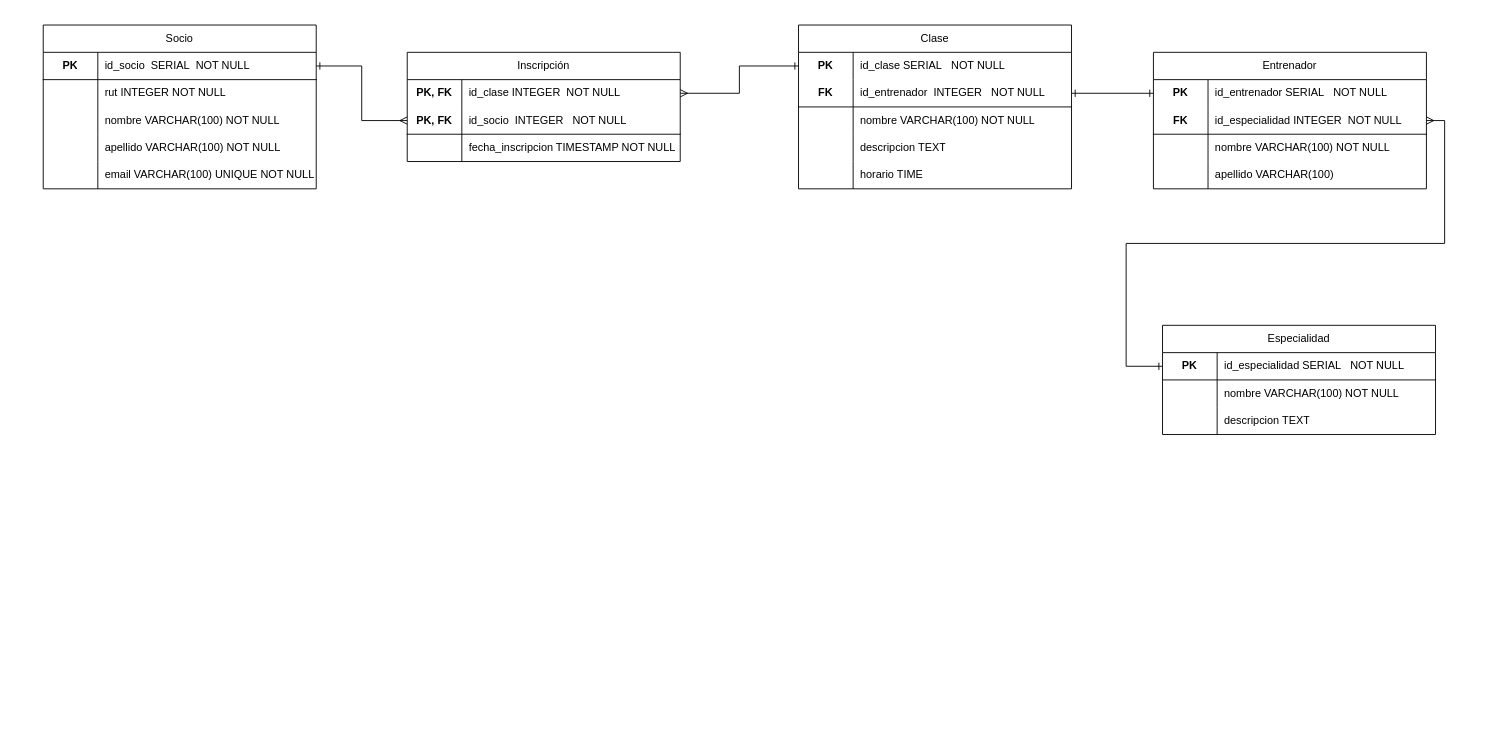
The draw.io diagram page "ModeloLogico" (2 of 4) of Modulo 5/Entrega final modulo/ERGYM.drawio in IJozk/JS-bootcamp, before the edit. Source tidied: cells renumbered, new cells numbered last; positions are measured from the earlier drawing's top-left corner, leaving out a move shared by most shapes. Both pictures are drawn from the tidied source at 91%, with x=0, y=0 at pixel (43, 25).
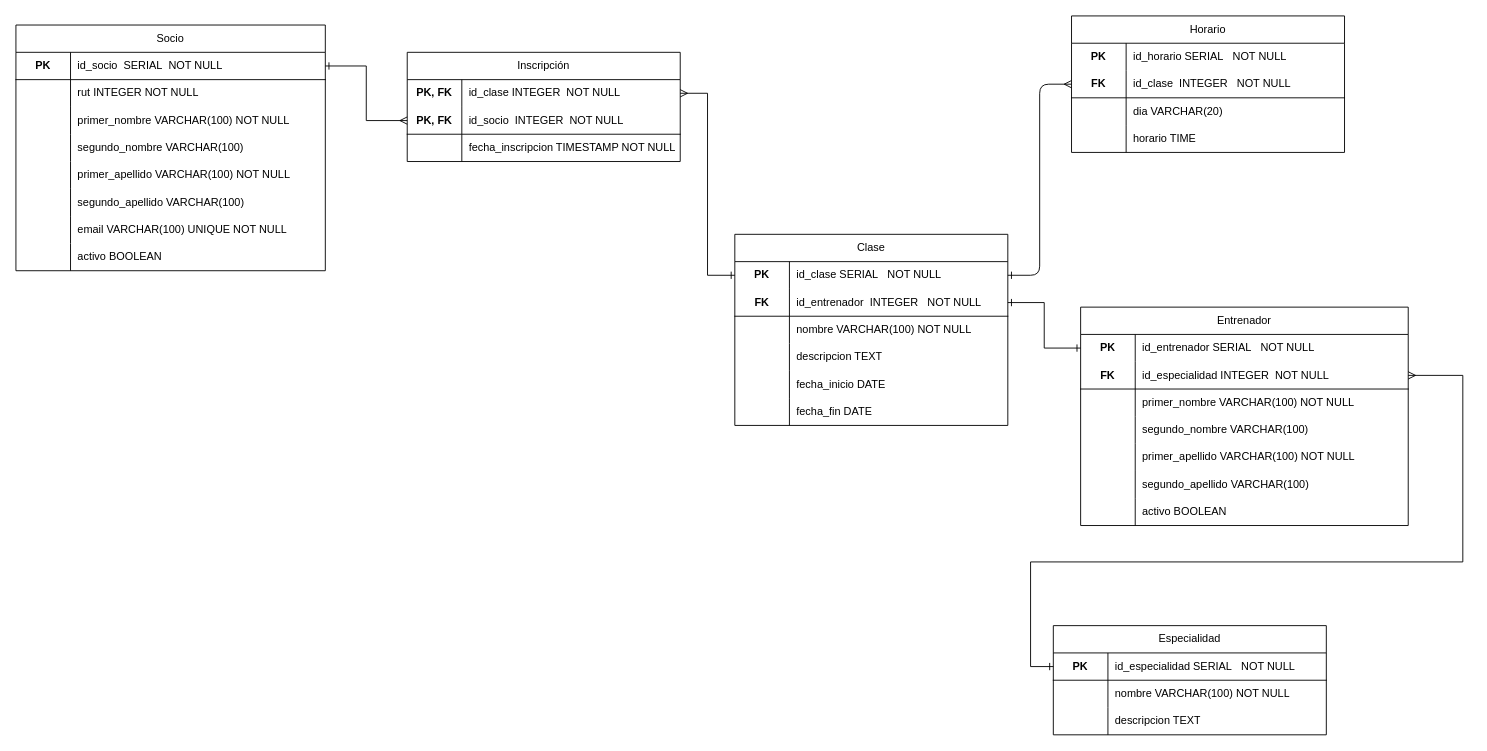
Above is the later version.

The change refers to these unchanged cells:
```xml
<mxCell id="25" style="shape=tableRow;horizontal=0;startSize=0;swimlaneHead=0;swimlaneBody=0;fillColor=none;points=[[0,0.5],[1,0.5]];portConstraint=eastwest;top=0;left=0;right=0;bottom=1;html=1;" parent="21" vertex="1">
  <mxGeometry y="60" width="300" height="30" as="geometry" />
</mxCell>
<mxCell id="32" style="shape=tableRow;horizontal=0;startSize=0;swimlaneHead=0;swimlaneBody=0;fillColor=none;points=[[0,0.5],[1,0.5]];portConstraint=eastwest;top=0;left=0;right=0;bottom=0;html=1;" parent="31" vertex="1">
  <mxGeometry y="30" width="300" height="30" as="geometry" />
</mxCell>
<mxCell id="44" style="shape=tableRow;horizontal=0;startSize=0;swimlaneHead=0;swimlaneBody=0;fillColor=none;top=0;left=0;right=0;bottom=0;html=1;" parent="31" vertex="1">
  <mxGeometry y="150" width="300" height="30" as="geometry" />
</mxCell>
<mxCell id="61" style="shape=tableRow;horizontal=0;startSize=0;swimlaneHead=0;swimlaneBody=0;fillColor=none;points=[[0,0.5],[1,0.5]];portConstraint=eastwest;top=0;left=0;right=0;bottom=1;html=1;" parent="60" vertex="1">
  <mxGeometry y="30" width="300" height="30" as="geometry" />
</mxCell>
```

Change to the diagram source:
```diff
@@
     <mxCell id="5" value="&lt;span style=&quot;font-weight: 400;&quot;&gt;Socio&lt;/span&gt;" style="shape=table;startSize=30;childLayout=tableLayout;rowLines=0;fontStyle=1;align=center;html=1;whiteSpace=wrap;" parent="1" vertex="1">
-      <mxGeometry width="300" height="180" as="geometry" />
+      <mxGeometry x="-30" width="340" height="270" as="geometry" />
     </mxCell>
     <mxCell id="6" style="shape=tableRow;horizontal=0;startSize=0;swimlaneHead=0;swimlaneBody=0;fillColor=none;points=[[0,0.5],[1,0.5]];portConstraint=eastwest;top=0;left=0;right=0;bottom=1;html=1;" parent="5" vertex="1">
-      <mxGeometry y="30" width="300" height="30" as="geometry" />
+      <mxGeometry y="30" width="340" height="30" as="geometry" />
     </mxCell>
@@
     <mxCell id="8" value="&lt;span style=&quot;font-weight: 400;&quot;&gt;id_socio&amp;nbsp; SERIAL&amp;nbsp; NOT NULL&amp;nbsp;&lt;/span&gt;" style="shape=partialRectangle;fillColor=none;top=0;left=0;bottom=0;right=0;align=left;spacingLeft=6;fontStyle=1;overflow=hidden;html=1;whiteSpace=wrap;" parent="6" vertex="1">
-      <mxGeometry x="60" width="240" height="30" as="geometry" />
+      <mxGeometry x="60" width="280" height="30" as="geometry" />
     </mxCell>
     <mxCell id="9" style="shape=tableRow;horizontal=0;startSize=0;swimlaneHead=0;swimlaneBody=0;fillColor=none;top=0;left=0;right=0;bottom=0;html=1;" parent="5" vertex="1">
-      <mxGeometry y="60" width="300" height="30" as="geometry" />
+      <mxGeometry y="60" width="340" height="30" as="geometry" />
     </mxCell>
@@
     <mxCell id="11" value="rut INTEGER NOT NULL" style="shape=partialRectangle;fillColor=none;top=0;left=0;bottom=0;right=0;align=left;spacingLeft=6;overflow=hidden;html=1;whiteSpace=wrap;" parent="9" vertex="1">
-      <mxGeometry x="60" width="240" height="30" as="geometry" />
+      <mxGeometry x="60" width="280" height="30" as="geometry" />
     </mxCell>
     <mxCell id="12" style="shape=tableRow;horizontal=0;startSize=0;swimlaneHead=0;swimlaneBody=0;fillColor=none;top=0;left=0;right=0;bottom=0;html=1;" parent="5" vertex="1">
-      <mxGeometry y="90" width="300" height="30" as="geometry" />
+      <mxGeometry y="90" width="340" height="30" as="geometry" />
     </mxCell>
@@
-    <mxCell id="14" value="nombre VARCHAR(100) NOT NULL" style="shape=partialRectangle;fillColor=none;top=0;left=0;bottom=0;right=0;align=left;spacingLeft=6;overflow=hidden;html=1;whiteSpace=wrap;" parent="12" vertex="1">
-      <mxGeometry x="60" width="240" height="30" as="geometry" />
+    <mxCell id="14" value="primer_nombre VARCHAR(100) NOT NULL" style="shape=partialRectangle;fillColor=none;top=0;left=0;bottom=0;right=0;align=left;spacingLeft=6;overflow=hidden;html=1;whiteSpace=wrap;" parent="12" vertex="1">
+      <mxGeometry x="60" width="280" height="30" as="geometry" />
     </mxCell>
+    <mxCell id="71" style="shape=tableRow;horizontal=0;startSize=0;swimlaneHead=0;swimlaneBody=0;fillColor=none;top=0;left=0;right=0;bottom=0;html=1;" parent="5" vertex="1">
+      <mxGeometry y="120" width="340" height="30" as="geometry" />
+    </mxCell>
+    <mxCell id="72" style="shape=partialRectangle;fillColor=none;top=0;left=0;bottom=0;right=0;overflow=hidden;html=1;whiteSpace=wrap;" parent="71" vertex="1">
+      <mxGeometry width="60" height="30" as="geometry" />
+    </mxCell>
+    <mxCell id="73" value="&lt;span style=&quot;color: rgb(0, 0, 0);&quot;&gt;segundo_nombre VARCHAR(100)&amp;nbsp;&lt;/span&gt;" style="shape=partialRectangle;fillColor=none;top=0;left=0;bottom=0;right=0;align=left;spacingLeft=6;overflow=hidden;html=1;whiteSpace=wrap;" parent="71" vertex="1">
+      <mxGeometry x="60" width="280" height="30" as="geometry" />
+    </mxCell>
     <mxCell id="15" style="shape=tableRow;horizontal=0;startSize=0;swimlaneHead=0;swimlaneBody=0;fillColor=none;top=0;left=0;right=0;bottom=0;html=1;" parent="5" vertex="1">
-      <mxGeometry y="120" width="300" height="30" as="geometry" />
+      <mxGeometry y="150" width="340" height="30" as="geometry" />
     </mxCell>
@@
-    <mxCell id="17" value="apellido VARCHAR(100) NOT NULL" style="shape=partialRectangle;fillColor=none;top=0;left=0;bottom=0;right=0;align=left;spacingLeft=6;overflow=hidden;html=1;whiteSpace=wrap;" parent="15" vertex="1">
-      <mxGeometry x="60" width="240" height="30" as="geometry" />
+    <mxCell id="17" value="primer_apellido VARCHAR(100) NOT NULL" style="shape=partialRectangle;fillColor=none;top=0;left=0;bottom=0;right=0;align=left;spacingLeft=6;overflow=hidden;html=1;whiteSpace=wrap;" parent="15" vertex="1">
+      <mxGeometry x="60" width="280" height="30" as="geometry" />
     </mxCell>
+    <mxCell id="74" style="shape=tableRow;horizontal=0;startSize=0;swimlaneHead=0;swimlaneBody=0;fillColor=none;top=0;left=0;right=0;bottom=0;html=1;" parent="5" vertex="1">
+      <mxGeometry y="180" width="340" height="30" as="geometry" />
+    </mxCell>
+    <mxCell id="75" style="shape=partialRectangle;fillColor=none;top=0;left=0;bottom=0;right=0;overflow=hidden;html=1;whiteSpace=wrap;" parent="74" vertex="1">
+      <mxGeometry width="60" height="30" as="geometry" />
+    </mxCell>
+    <mxCell id="76" value="&lt;span style=&quot;color: rgb(0, 0, 0);&quot;&gt;segundo_apellido VARCHAR(100)&amp;nbsp;&lt;/span&gt;" style="shape=partialRectangle;fillColor=none;top=0;left=0;bottom=0;right=0;align=left;spacingLeft=6;overflow=hidden;html=1;whiteSpace=wrap;" parent="74" vertex="1">
+      <mxGeometry x="60" width="280" height="30" as="geometry" />
+    </mxCell>
     <mxCell id="18" style="shape=tableRow;horizontal=0;startSize=0;swimlaneHead=0;swimlaneBody=0;fillColor=none;top=0;left=0;right=0;bottom=0;html=1;" parent="5" vertex="1">
-      <mxGeometry y="150" width="300" height="30" as="geometry" />
+      <mxGeometry y="210" width="340" height="30" as="geometry" />
     </mxCell>
@@
     <mxCell id="20" value="email VARCHAR(100) UNIQUE NOT NULL" style="shape=partialRectangle;fillColor=none;top=0;left=0;bottom=0;right=0;align=left;spacingLeft=6;overflow=hidden;html=1;whiteSpace=wrap;" parent="18" vertex="1">
-      <mxGeometry x="60" width="240" height="30" as="geometry" />
+      <mxGeometry x="60" width="280" height="30" as="geometry" />
     </mxCell>
+    <mxCell id="77" style="shape=tableRow;horizontal=0;startSize=0;swimlaneHead=0;swimlaneBody=0;fillColor=none;top=0;left=0;right=0;bottom=0;html=1;" parent="5" vertex="1">
+      <mxGeometry y="240" width="340" height="30" as="geometry" />
+    </mxCell>
+    <mxCell id="78" style="shape=partialRectangle;fillColor=none;top=0;left=0;bottom=0;right=0;overflow=hidden;html=1;whiteSpace=wrap;" parent="77" vertex="1">
+      <mxGeometry width="60" height="30" as="geometry" />
+    </mxCell>
+    <mxCell id="79" value="activo BOOLEAN" style="shape=partialRectangle;fillColor=none;top=0;left=0;bottom=0;right=0;align=left;spacingLeft=6;overflow=hidden;html=1;whiteSpace=wrap;" parent="77" vertex="1">
+      <mxGeometry x="60" width="280" height="30" as="geometry" />
+    </mxCell>
@@
-    <mxCell id="27" value="&lt;span style=&quot;font-weight: 400;&quot;&gt;id_socio&amp;nbsp;&amp;nbsp;&lt;/span&gt;&lt;span style=&quot;font-weight: 400;&quot;&gt;INTEGER&amp;nbsp;&lt;/span&gt;&lt;span style=&quot;font-weight: 400;&quot;&gt;&amp;nbsp; NOT NULL&amp;nbsp;&lt;/span&gt;" style="shape=partialRectangle;fillColor=none;top=0;left=0;bottom=0;right=0;align=left;spacingLeft=6;fontStyle=1;overflow=hidden;html=1;whiteSpace=wrap;" parent="25" vertex="1">
+    <mxCell id="27" value="&lt;span style=&quot;font-weight: 400;&quot;&gt;id_socio&amp;nbsp;&amp;nbsp;&lt;/span&gt;&lt;span style=&quot;font-weight: 400;&quot;&gt;INTEGER&amp;nbsp;&lt;/span&gt;&lt;span style=&quot;font-weight: 400;&quot;&gt;&amp;nbsp;NOT NULL&amp;nbsp;&lt;/span&gt;" style="shape=partialRectangle;fillColor=none;top=0;left=0;bottom=0;right=0;align=left;spacingLeft=6;fontStyle=1;overflow=hidden;html=1;whiteSpace=wrap;" parent="25" vertex="1">
       <mxGeometry x="60" width="240" height="30" as="geometry" />
     </mxCell>
@@
     <mxCell id="31" value="&lt;span style=&quot;font-weight: 400;&quot;&gt;Clase&lt;/span&gt;" style="shape=table;startSize=30;childLayout=tableLayout;rowLines=0;fontStyle=1;align=center;html=1;whiteSpace=wrap;" parent="1" vertex="1">
-      <mxGeometry x="830" width="300" height="180" as="geometry" />
+      <mxGeometry x="760" y="230" width="300" height="210" as="geometry" />
     </mxCell>
@@
-    <mxCell id="46" value="horario TIME" style="shape=partialRectangle;fillColor=none;top=0;left=0;bottom=0;right=0;align=left;spacingLeft=6;overflow=hidden;html=1;whiteSpace=wrap;" parent="44" vertex="1">
+    <mxCell id="46" value="fecha_inicio DATE" style="shape=partialRectangle;fillColor=none;top=0;left=0;bottom=0;right=0;align=left;spacingLeft=6;overflow=hidden;html=1;whiteSpace=wrap;" parent="44" vertex="1">
       <mxGeometry x="60" width="240" height="30" as="geometry" />
     </mxCell>
+    <mxCell id="80" style="shape=tableRow;horizontal=0;startSize=0;swimlaneHead=0;swimlaneBody=0;fillColor=none;top=0;left=0;right=0;bottom=0;html=1;" parent="31" vertex="1">
+      <mxGeometry y="180" width="300" height="30" as="geometry" />
+    </mxCell>
+    <mxCell id="81" style="shape=partialRectangle;fillColor=none;top=0;left=0;bottom=0;right=0;overflow=hidden;html=1;whiteSpace=wrap;" parent="80" vertex="1">
+      <mxGeometry width="60" height="30" as="geometry" />
+    </mxCell>
+    <mxCell id="82" value="fecha_fin DATE" style="shape=partialRectangle;fillColor=none;top=0;left=0;bottom=0;right=0;align=left;spacingLeft=6;overflow=hidden;html=1;whiteSpace=wrap;" parent="80" vertex="1">
+      <mxGeometry x="60" width="240" height="30" as="geometry" />
+    </mxCell>
     <mxCell id="47" value="&lt;span style=&quot;font-weight: 400;&quot;&gt;Entrenador&lt;/span&gt;" style="shape=table;startSize=30;childLayout=tableLayout;rowLines=0;fontStyle=1;align=center;html=1;whiteSpace=wrap;" parent="1" vertex="1">
-      <mxGeometry x="1220" y="30" width="300" height="150" as="geometry" />
+      <mxGeometry x="1140" y="310" width="360" height="240" as="geometry" />
     </mxCell>
     <mxCell id="48" style="shape=tableRow;horizontal=0;startSize=0;swimlaneHead=0;swimlaneBody=0;fillColor=none;points=[[0,0.5],[1,0.5]];portConstraint=eastwest;top=0;left=0;right=0;bottom=0;html=1;" parent="47" vertex="1">
-      <mxGeometry y="30" width="300" height="30" as="geometry" />
+      <mxGeometry y="30" width="360" height="30" as="geometry" />
     </mxCell>
@@
     <mxCell id="50" value="id_entrenador SERIAL&amp;nbsp; &amp;nbsp;NOT NULL&amp;nbsp;&amp;nbsp;" style="shape=partialRectangle;fillColor=none;top=0;left=0;bottom=0;right=0;align=left;spacingLeft=6;overflow=hidden;html=1;whiteSpace=wrap;" parent="48" vertex="1">
-      <mxGeometry x="60" width="240" height="30" as="geometry" />
+      <mxGeometry x="60" width="300" height="30" as="geometry" />
     </mxCell>
     <mxCell id="51" style="shape=tableRow;horizontal=0;startSize=0;swimlaneHead=0;swimlaneBody=0;fillColor=none;points=[[0,0.5],[1,0.5]];portConstraint=eastwest;top=0;left=0;right=0;bottom=1;html=1;" parent="47" vertex="1">
-      <mxGeometry y="60" width="300" height="30" as="geometry" />
+      <mxGeometry y="60" width="360" height="30" as="geometry" />
     </mxCell>
@@
     <mxCell id="53" value="&lt;span style=&quot;font-weight: 400;&quot;&gt;id_especialidad INTEGER&lt;/span&gt;&lt;span style=&quot;font-weight: 400;&quot;&gt;&amp;nbsp; NOT NULL&amp;nbsp;&lt;/span&gt;" style="shape=partialRectangle;fillColor=none;top=0;left=0;bottom=0;right=0;align=left;spacingLeft=6;fontStyle=1;overflow=hidden;html=1;whiteSpace=wrap;" parent="51" vertex="1">
-      <mxGeometry x="60" width="240" height="30" as="geometry" />
+      <mxGeometry x="60" width="300" height="30" as="geometry" />
     </mxCell>
     <mxCell id="54" style="shape=tableRow;horizontal=0;startSize=0;swimlaneHead=0;swimlaneBody=0;fillColor=none;top=0;left=0;right=0;bottom=0;html=1;" parent="47" vertex="1">
-      <mxGeometry y="90" width="300" height="30" as="geometry" />
+      <mxGeometry y="90" width="360" height="30" as="geometry" />
     </mxCell>
@@
-    <mxCell id="56" value="nombre VARCHAR(100) NOT NULL" style="shape=partialRectangle;fillColor=none;top=0;left=0;bottom=0;right=0;align=left;spacingLeft=6;overflow=hidden;html=1;whiteSpace=wrap;" parent="54" vertex="1">
-      <mxGeometry x="60" width="240" height="30" as="geometry" />
+    <mxCell id="56" value="&lt;span style=&quot;color: rgb(0, 0, 0);&quot;&gt;primer_nombre VARCHAR(100) NOT NULL&lt;/span&gt;" style="shape=partialRectangle;fillColor=none;top=0;left=0;bottom=0;right=0;align=left;spacingLeft=6;overflow=hidden;html=1;whiteSpace=wrap;" parent="54" vertex="1">
+      <mxGeometry x="60" width="300" height="30" as="geometry" />
     </mxCell>
+    <mxCell id="83" style="shape=tableRow;horizontal=0;startSize=0;swimlaneHead=0;swimlaneBody=0;fillColor=none;top=0;left=0;right=0;bottom=0;html=1;" parent="47" vertex="1">
+      <mxGeometry y="120" width="360" height="30" as="geometry" />
+    </mxCell>
+    <mxCell id="84" style="shape=partialRectangle;fillColor=none;top=0;left=0;bottom=0;right=0;overflow=hidden;html=1;whiteSpace=wrap;" parent="83" vertex="1">
+      <mxGeometry width="60" height="30" as="geometry" />
+    </mxCell>
+    <mxCell id="85" value="&lt;span style=&quot;color: rgb(0, 0, 0);&quot;&gt;segundo_nombre VARCHAR(100)&amp;nbsp;&lt;/span&gt;" style="shape=partialRectangle;fillColor=none;top=0;left=0;bottom=0;right=0;align=left;spacingLeft=6;overflow=hidden;html=1;whiteSpace=wrap;" parent="83" vertex="1">
+      <mxGeometry x="60" width="300" height="30" as="geometry" />
+    </mxCell>
+    <mxCell id="86" style="shape=tableRow;horizontal=0;startSize=0;swimlaneHead=0;swimlaneBody=0;fillColor=none;top=0;left=0;right=0;bottom=0;html=1;" parent="47" vertex="1">
+      <mxGeometry y="150" width="360" height="30" as="geometry" />
+    </mxCell>
+    <mxCell id="87" style="shape=partialRectangle;fillColor=none;top=0;left=0;bottom=0;right=0;overflow=hidden;html=1;whiteSpace=wrap;" parent="86" vertex="1">
+      <mxGeometry width="60" height="30" as="geometry" />
+    </mxCell>
+    <mxCell id="88" value="&lt;span style=&quot;color: rgb(0, 0, 0);&quot;&gt;primer_apellido VARCHAR(100) NOT NULL&lt;/span&gt;" style="shape=partialRectangle;fillColor=none;top=0;left=0;bottom=0;right=0;align=left;spacingLeft=6;overflow=hidden;html=1;whiteSpace=wrap;" parent="86" vertex="1">
+      <mxGeometry x="60" width="300" height="30" as="geometry" />
+    </mxCell>
     <mxCell id="57" style="shape=tableRow;horizontal=0;startSize=0;swimlaneHead=0;swimlaneBody=0;fillColor=none;top=0;left=0;right=0;bottom=0;html=1;" parent="47" vertex="1">
-      <mxGeometry y="120" width="300" height="30" as="geometry" />
+      <mxGeometry y="180" width="360" height="30" as="geometry" />
     </mxCell>
@@
-    <mxCell id="59" value="apellido VARCHAR(100)" style="shape=partialRectangle;fillColor=none;top=0;left=0;bottom=0;right=0;align=left;spacingLeft=6;overflow=hidden;html=1;whiteSpace=wrap;" parent="57" vertex="1">
-      <mxGeometry x="60" width="240" height="30" as="geometry" />
+    <mxCell id="59" value="&lt;span style=&quot;color: rgb(0, 0, 0);&quot;&gt;segundo_apellido VARCHAR(100)&amp;nbsp;&lt;/span&gt;" style="shape=partialRectangle;fillColor=none;top=0;left=0;bottom=0;right=0;align=left;spacingLeft=6;overflow=hidden;html=1;whiteSpace=wrap;" parent="57" vertex="1">
+      <mxGeometry x="60" width="300" height="30" as="geometry" />
     </mxCell>
+    <mxCell id="89" style="shape=tableRow;horizontal=0;startSize=0;swimlaneHead=0;swimlaneBody=0;fillColor=none;top=0;left=0;right=0;bottom=0;html=1;" parent="47" vertex="1">
+      <mxGeometry y="210" width="360" height="30" as="geometry" />
+    </mxCell>
+    <mxCell id="90" style="shape=partialRectangle;fillColor=none;top=0;left=0;bottom=0;right=0;overflow=hidden;html=1;whiteSpace=wrap;" parent="89" vertex="1">
+      <mxGeometry width="60" height="30" as="geometry" />
+    </mxCell>
+    <mxCell id="91" value="activo BOOLEAN" style="shape=partialRectangle;fillColor=none;top=0;left=0;bottom=0;right=0;align=left;spacingLeft=6;overflow=hidden;html=1;whiteSpace=wrap;" parent="89" vertex="1">
+      <mxGeometry x="60" width="300" height="30" as="geometry" />
+    </mxCell>
     <mxCell id="60" value="&lt;span style=&quot;font-weight: 400;&quot;&gt;Especialidad&lt;/span&gt;" style="shape=table;startSize=30;childLayout=tableLayout;rowLines=0;fontStyle=1;align=center;html=1;whiteSpace=wrap;" parent="1" vertex="1">
-      <mxGeometry x="1230" y="330" width="300" height="120" as="geometry" />
+      <mxGeometry x="1110" y="660" width="300" height="120" as="geometry" />
     </mxCell>
@@
-    <mxCell id="70" style="edgeStyle=orthogonalEdgeStyle;rounded=0;jettySize=auto;html=1;endArrow=ERmany;endFill=0;startArrow=ERone;startFill=0;entryX=1;entryY=0.5;entryDx=0;entryDy=0;exitX=0;exitY=0.5;exitDx=0;exitDy=0;" parent="1" edge="1" source="61" target="51">
+    <mxCell id="70" style="rounded=0;jettySize=auto;html=1;endArrow=ERmany;endFill=0;startArrow=ERone;startFill=0;entryX=1;entryY=0.5;entryDx=0;entryDy=0;exitX=0;exitY=0.5;exitDx=0;exitDy=0;edgeStyle=orthogonalEdgeStyle;" parent="1" edge="1" source="61" target="51">
       <mxGeometry relative="1" as="geometry">
         <Array as="points">
-          <mxPoint x="1190" y="375" />
-          <mxPoint x="1190" y="240" />
-          <mxPoint x="1540" y="240" />
-          <mxPoint x="1540" y="105" />
+          <mxPoint x="1085" y="705" />
+          <mxPoint x="1085" y="590" />
+          <mxPoint x="1560" y="590" />
+          <mxPoint x="1560" y="385" />
         </Array>
       </mxGeometry>
     </mxCell>
+    <mxCell id="92" value="&lt;span style=&quot;font-weight: 400;&quot;&gt;Horario&lt;/span&gt;" style="shape=table;startSize=30;childLayout=tableLayout;rowLines=0;fontStyle=1;align=center;html=1;whiteSpace=wrap;" parent="1" vertex="1">
+      <mxGeometry x="1130" y="-10" width="300" height="150" as="geometry" />
+    </mxCell>
+    <mxCell id="93" style="shape=tableRow;horizontal=0;startSize=0;swimlaneHead=0;swimlaneBody=0;fillColor=none;top=0;left=0;right=0;bottom=0;html=1;" parent="92" vertex="1">
+      <mxGeometry y="30" width="300" height="30" as="geometry" />
+    </mxCell>
+    <mxCell id="94" value="&lt;span style=&quot;font-weight: 700;&quot;&gt;PK&lt;/span&gt;" style="shape=partialRectangle;fillColor=none;top=0;left=0;bottom=0;right=0;overflow=hidden;html=1;whiteSpace=wrap;" parent="93" vertex="1">
+      <mxGeometry width="60" height="30" as="geometry" />
+    </mxCell>
+    <mxCell id="95" value="id_horario SERIAL&amp;nbsp;&amp;nbsp; NOT NULL&amp;nbsp;&amp;nbsp;" style="shape=partialRectangle;fillColor=none;top=0;left=0;bottom=0;right=0;align=left;spacingLeft=6;overflow=hidden;html=1;whiteSpace=wrap;" parent="93" vertex="1">
+      <mxGeometry x="60" width="240" height="30" as="geometry" />
+    </mxCell>
+    <mxCell id="96" style="shape=tableRow;horizontal=0;startSize=0;swimlaneHead=0;swimlaneBody=0;fillColor=none;points=[[0,0.5],[1,0.5]];portConstraint=eastwest;top=0;left=0;right=0;bottom=1;html=1;" parent="92" vertex="1">
+      <mxGeometry y="60" width="300" height="30" as="geometry" />
+    </mxCell>
+    <mxCell id="97" value="FK" style="shape=partialRectangle;fillColor=none;top=0;left=0;bottom=0;right=0;fontStyle=1;overflow=hidden;html=1;whiteSpace=wrap;" parent="96" vertex="1">
+      <mxGeometry width="60" height="30" as="geometry" />
+    </mxCell>
+    <mxCell id="98" value="&lt;span style=&quot;font-weight: 400;&quot;&gt;id_clase&amp;nbsp;&lt;/span&gt;&lt;span style=&quot;font-weight: 400;&quot;&gt;&amp;nbsp;&lt;/span&gt;&lt;span style=&quot;font-weight: 400;&quot;&gt;INTEGER&amp;nbsp;&lt;/span&gt;&lt;span style=&quot;font-weight: 400;&quot;&gt;&amp;nbsp; NOT NULL&amp;nbsp;&lt;/span&gt;" style="shape=partialRectangle;fillColor=none;top=0;left=0;bottom=0;right=0;align=left;spacingLeft=6;fontStyle=1;overflow=hidden;html=1;whiteSpace=wrap;" parent="96" vertex="1">
+      <mxGeometry x="60" width="240" height="30" as="geometry" />
+    </mxCell>
+    <mxCell id="99" style="shape=tableRow;horizontal=0;startSize=0;swimlaneHead=0;swimlaneBody=0;fillColor=none;top=0;left=0;right=0;bottom=0;html=1;" parent="92" vertex="1">
+      <mxGeometry y="90" width="300" height="30" as="geometry" />
+    </mxCell>
+    <mxCell id="100" style="shape=partialRectangle;fillColor=none;top=0;left=0;bottom=0;right=0;overflow=hidden;html=1;whiteSpace=wrap;" parent="99" vertex="1">
+      <mxGeometry width="60" height="30" as="geometry" />
+    </mxCell>
+    <mxCell id="101" value="dia VARCHAR(20)" style="shape=partialRectangle;fillColor=none;top=0;left=0;bottom=0;right=0;align=left;spacingLeft=6;overflow=hidden;html=1;whiteSpace=wrap;" parent="99" vertex="1">
+      <mxGeometry x="60" width="240" height="30" as="geometry" />
+    </mxCell>
+    <mxCell id="102" style="shape=tableRow;horizontal=0;startSize=0;swimlaneHead=0;swimlaneBody=0;fillColor=none;top=0;left=0;right=0;bottom=0;html=1;" parent="92" vertex="1">
+      <mxGeometry y="120" width="300" height="30" as="geometry" />
+    </mxCell>
+    <mxCell id="103" style="shape=partialRectangle;fillColor=none;top=0;left=0;bottom=0;right=0;overflow=hidden;html=1;whiteSpace=wrap;" parent="102" vertex="1">
+      <mxGeometry width="60" height="30" as="geometry" />
+    </mxCell>
+    <mxCell id="104" value="horario TIME" style="shape=partialRectangle;fillColor=none;top=0;left=0;bottom=0;right=0;align=left;spacingLeft=6;overflow=hidden;html=1;whiteSpace=wrap;" parent="102" vertex="1">
+      <mxGeometry x="60" width="240" height="30" as="geometry" />
+    </mxCell>
+    <mxCell id="105" style="edgeStyle=orthogonalEdgeStyle;html=1;exitX=1;exitY=0.5;exitDx=0;exitDy=0;entryX=0;entryY=0.5;entryDx=0;entryDy=0;startArrow=ERone;startFill=0;endArrow=ERmany;endFill=0;" parent="1" edge="1" source="32" target="96">
+      <mxGeometry relative="1" as="geometry" />
+    </mxCell>
```
